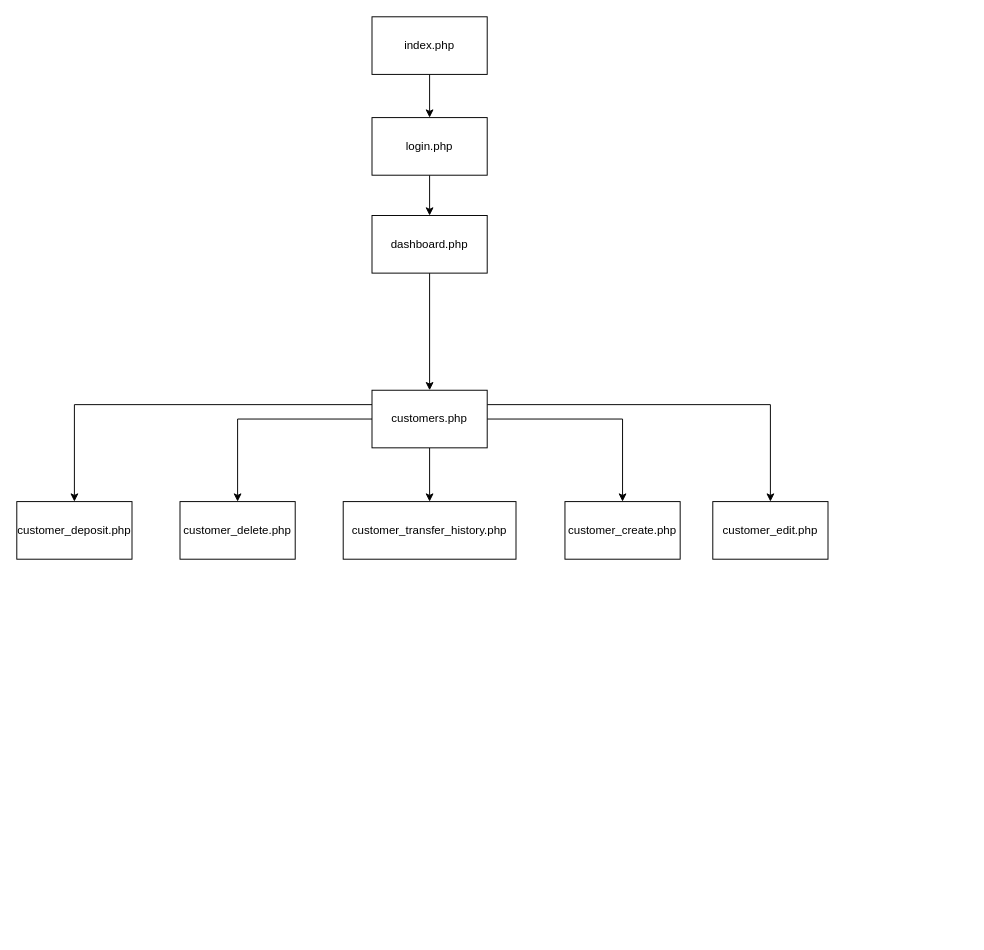
The draw.io diagram docs/Admin.drawio in We1337/Web-Service-Online-Bank-Php-MySQL, before the edit. Source tidied: cells renumbered, new cells numbered last; positions are measured from the earlier drawing's top-left corner, leaving out a move shared by most shapes. Both pictures are drawn from the tidied source at 96%, with x=0, y=0 at pixel (16, 16).
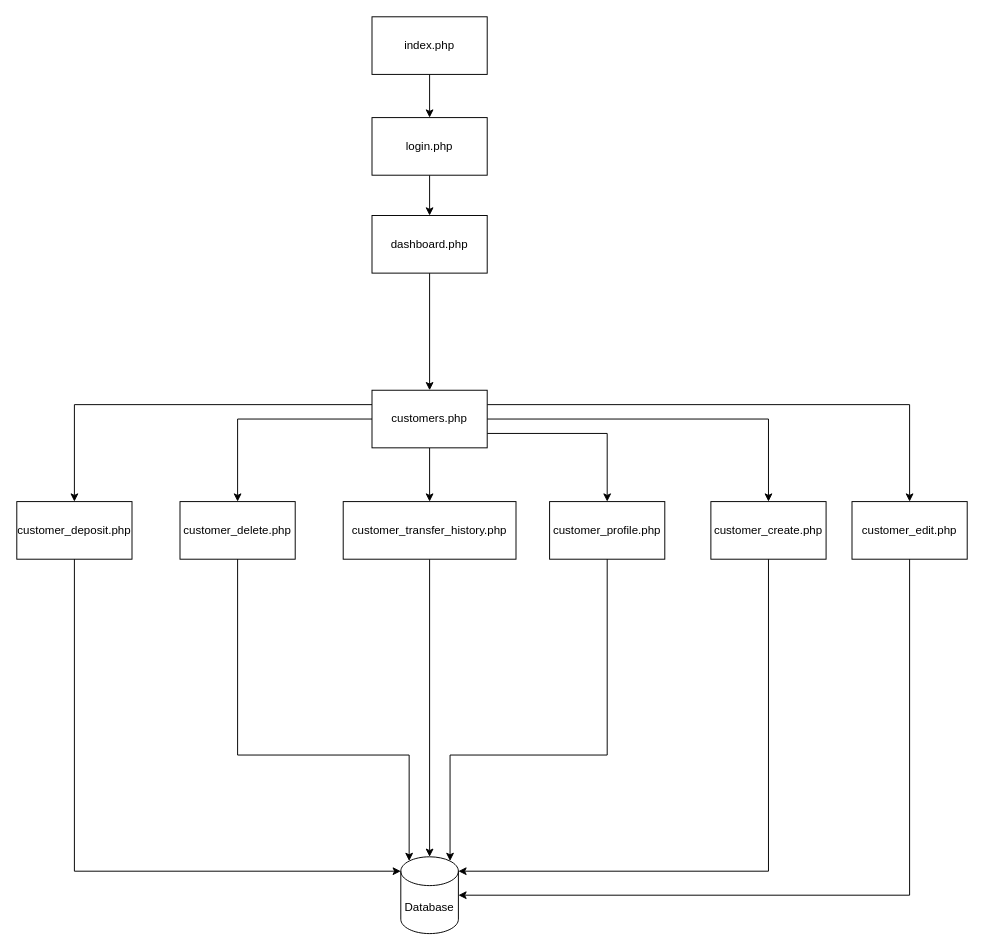
Above is the later version.

The change refers to these unchanged cells:
```xml
<mxCell id="9" value="customer_delete.php" style="rounded=0;whiteSpace=wrap;html=1;" parent="1" vertex="1">
  <mxGeometry x="170" y="505" width="120" height="60" as="geometry" />
</mxCell>
<mxCell id="15" value="customers.php" style="rounded=0;whiteSpace=wrap;html=1;" parent="1" vertex="1">
  <mxGeometry x="370" y="389" width="120" height="60" as="geometry" />
</mxCell>
<mxCell id="17" value="customer_transfer_history.php" style="rounded=0;whiteSpace=wrap;html=1;" parent="1" vertex="1">
  <mxGeometry x="340" y="505" width="180" height="60" as="geometry" />
</mxCell>
<mxCell id="18" value="customer_deposit.php" style="rounded=0;whiteSpace=wrap;html=1;" parent="1" vertex="1">
  <mxGeometry y="505" width="120" height="60" as="geometry" />
</mxCell>
```

The edit, as a diff of the source:
```diff
@@
     <mxCell id="8" value="customer_create.php" style="rounded=0;whiteSpace=wrap;html=1;" parent="1" vertex="1">
-      <mxGeometry x="571" y="505" width="120" height="60" as="geometry" />
+      <mxGeometry x="723" y="505" width="120" height="60" as="geometry" />
     </mxCell>
@@
+    <mxCell id="19" style="edgeStyle=orthogonalEdgeStyle;rounded=0;jettySize=auto;html=1;exitX=1;exitY=0.75;exitDx=0;exitDy=0;" parent="1" edge="1" source="15" target="21">
+      <mxGeometry relative="1" as="geometry" />
+    </mxCell>
@@
     <mxCell id="16" value="customer_edit.php" style="rounded=0;whiteSpace=wrap;html=1;" parent="1" vertex="1">
-      <mxGeometry x="725" y="505" width="120" height="60" as="geometry" />
+      <mxGeometry x="870" y="505" width="120" height="60" as="geometry" />
     </mxCell>
+    <mxCell id="20" style="edgeStyle=orthogonalEdgeStyle;rounded=0;jettySize=auto;html=1;exitX=0.5;exitY=1;exitDx=0;exitDy=0;" parent="1" edge="1" source="17" target="22">
+      <mxGeometry relative="1" as="geometry" />
+    </mxCell>
@@
+    <mxCell id="21" value="customer_profile.php" style="rounded=0;whiteSpace=wrap;html=1;" parent="1" vertex="1">
+      <mxGeometry x="555" y="505" width="120" height="60" as="geometry" />
+    </mxCell>
+    <mxCell id="22" value="Database" style="shape=cylinder3;whiteSpace=wrap;html=1;boundedLbl=1;backgroundOutline=1;size=15;" parent="1" vertex="1">
+      <mxGeometry x="400" y="875" width="60" height="80" as="geometry" />
+    </mxCell>
+    <mxCell id="23" style="edgeStyle=orthogonalEdgeStyle;rounded=0;jettySize=auto;html=1;exitX=0.5;exitY=1;exitDx=0;exitDy=0;entryX=0.855;entryY=0;entryDx=0;entryDy=4.35;entryPerimeter=0;" parent="1" edge="1" source="21" target="22">
+      <mxGeometry relative="1" as="geometry">
+        <Array as="points">
+          <mxPoint x="615" y="769" />
+          <mxPoint x="451" y="769" />
+        </Array>
+      </mxGeometry>
+    </mxCell>
+    <mxCell id="24" style="edgeStyle=orthogonalEdgeStyle;rounded=0;jettySize=auto;html=1;exitX=0.5;exitY=1;exitDx=0;exitDy=0;entryX=0.145;entryY=0;entryDx=0;entryDy=4.35;entryPerimeter=0;" parent="1" edge="1" source="9" target="22">
+      <mxGeometry relative="1" as="geometry">
+        <Array as="points">
+          <mxPoint x="230" y="769" />
+          <mxPoint x="409" y="769" />
+        </Array>
+      </mxGeometry>
+    </mxCell>
+    <mxCell id="25" style="edgeStyle=orthogonalEdgeStyle;rounded=0;jettySize=auto;html=1;exitX=0.5;exitY=1;exitDx=0;exitDy=0;entryX=1;entryY=0;entryDx=0;entryDy=15;entryPerimeter=0;" parent="1" edge="1" source="8" target="22">
+      <mxGeometry relative="1" as="geometry" />
+    </mxCell>
+    <mxCell id="26" style="edgeStyle=orthogonalEdgeStyle;rounded=0;jettySize=auto;html=1;exitX=0.5;exitY=1;exitDx=0;exitDy=0;entryX=1;entryY=0.5;entryDx=0;entryDy=0;entryPerimeter=0;" parent="1" edge="1" source="16" target="22">
+      <mxGeometry relative="1" as="geometry" />
+    </mxCell>
+    <mxCell id="27" style="edgeStyle=orthogonalEdgeStyle;rounded=0;jettySize=auto;html=1;exitX=0.5;exitY=1;exitDx=0;exitDy=0;entryX=0;entryY=0;entryDx=0;entryDy=15;entryPerimeter=0;" parent="1" edge="1" source="18" target="22">
+      <mxGeometry relative="1" as="geometry" />
+    </mxCell>
```
